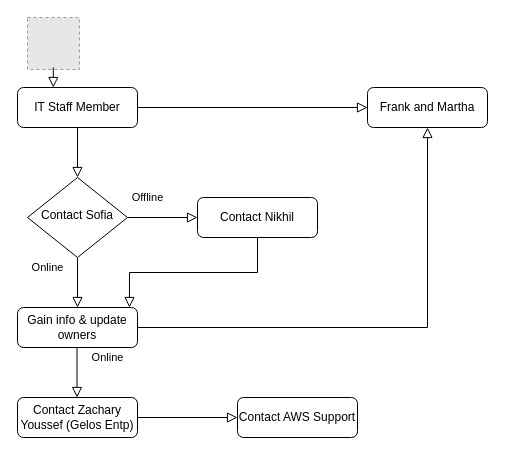
Earlier version of the draw.io diagram Untitled Diagram.drawio (TechWiz-3/Network-Diagrams). Source tidied: cells renumbered, new cells numbered last; positions are measured from the earlier drawing's top-left corner, leaving out a move shared by most shapes. Both pictures are drawn from the tidied source at 100%, with x=0, y=0 at pixel (17, 17). Pictures stored in the file or linked from it are replaced by grey dashed boxes.
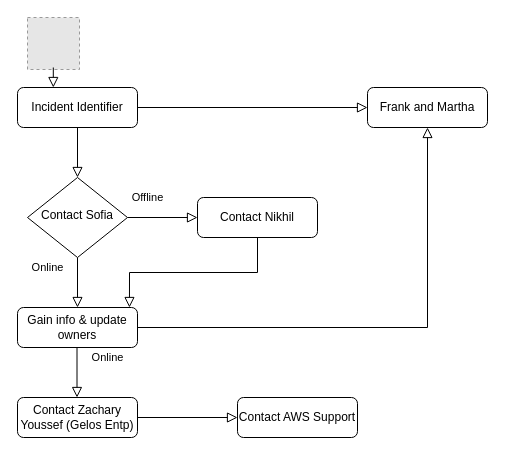
The same diagram, later.

What changed in the source:
```diff
@@
-    <mxCell id="3" value="IT Staff Member" style="rounded=1;whiteSpace=wrap;html=1;fontSize=12;glass=0;strokeWidth=1;shadow=0;" parent="1" vertex="1">
+    <mxCell id="3" value="&lt;div&gt;Incident Identifier&lt;/div&gt;" style="rounded=1;whiteSpace=wrap;html=1;fontSize=12;glass=0;strokeWidth=1;shadow=0;" parent="1" vertex="1">
       <mxGeometry y="70" width="120" height="40" as="geometry" />
     </mxCell>
```
